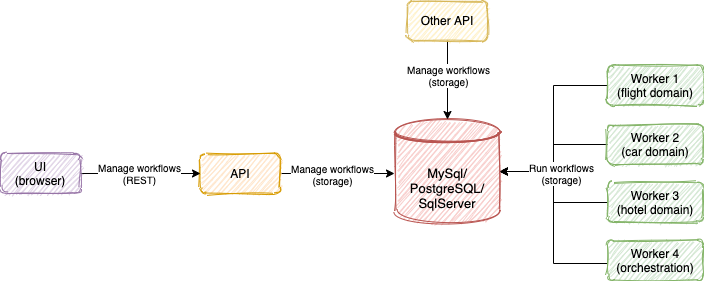
lucaslorentz/durabletask-extensions keeps this draw.io diagram as readme/diagrams/architecture_2.png. Above is the earlier version. Source tidied: cells renumbered, new cells last; positions are measured from the earlier drawing's top-left corner, leaving out a move shared by most shapes. The source it was exported from:
```xml
<mxGraphModel>
  <root>
    <mxCell id="0" />
    <mxCell id="1" parent="0" />
    <mxCell id="2" style="edgeStyle=orthogonalEdgeStyle;rounded=0;jettySize=auto;html=1;" parent="1" edge="1" source="20" target="11">
      <mxGeometry relative="1" as="geometry">
        <Array as="points">
          <mxPoint x="553" y="263" />
          <mxPoint x="553" y="171" />
        </Array>
      </mxGeometry>
    </mxCell>
    <mxCell id="3" style="edgeStyle=elbowEdgeStyle;rounded=0;jettySize=auto;html=1;" parent="1" edge="1" source="19" target="11">
      <mxGeometry relative="1" as="geometry" />
    </mxCell>
    <mxCell id="4" style="edgeStyle=elbowEdgeStyle;rounded=0;jettySize=auto;html=1;" parent="1" edge="1" source="5" target="11">
      <mxGeometry relative="1" as="geometry" />
    </mxCell>
    <mxCell id="5" value="Worker 1&lt;br&gt;(flight domain)" style="rounded=1;whiteSpace=wrap;html=1;fillColor=#d5e8d4;strokeColor=#82b366;sketch=1;" parent="1" vertex="1">
      <mxGeometry x="607" y="65" width="96" height="40" as="geometry" />
    </mxCell>
    <mxCell id="6" style="edgeStyle=orthogonalEdgeStyle;rounded=0;jettySize=auto;html=1;" parent="1" edge="1" source="8">
      <mxGeometry relative="1" as="geometry">
        <mxPoint x="394" y="173" as="targetPoint" />
      </mxGeometry>
    </mxCell>
    <mxCell id="7" value="Manage workflows&lt;br style=&quot;font-size: 10px&quot;&gt;(storage)" style="edgeLabel;html=1;align=center;verticalAlign=middle;fontSize=10;" parent="6" vertex="1">
      <mxGeometry x="0.25" y="-1" relative="1" as="geometry">
        <mxPoint x="-20" y="-1" as="offset" />
      </mxGeometry>
    </mxCell>
    <mxCell id="8" value="API" style="rounded=1;whiteSpace=wrap;html=1;fillColor=#ffe6cc;strokeColor=#d79b00;sketch=1;" parent="1" vertex="1">
      <mxGeometry x="200" y="153" width="80" height="40" as="geometry" />
    </mxCell>
    <mxCell id="9" style="edgeStyle=orthogonalEdgeStyle;rounded=0;jettySize=auto;html=1;entryX=0;entryY=0.5;entryDx=0;entryDy=0;" parent="1" edge="1" source="12" target="8">
      <mxGeometry relative="1" as="geometry" />
    </mxCell>
    <mxCell id="10" value="Manage workflows&lt;br style=&quot;font-size: 10px&quot;&gt;(REST)" style="edgeLabel;html=1;align=center;verticalAlign=middle;fontSize=10;" parent="9" vertex="1">
      <mxGeometry x="-0.04" y="-3" relative="1" as="geometry">
        <mxPoint y="-4" as="offset" />
      </mxGeometry>
    </mxCell>
    <mxCell id="11" value="MySql/&lt;br style=&quot;font-size: 13px;&quot;&gt;PostgreSQL/&lt;br style=&quot;font-size: 13px;&quot;&gt;SqlServer" style="shape=datastore;whiteSpace=wrap;html=1;fontSize=13;sketch=1;fillColor=#f8cecc;strokeColor=#b85450;" parent="1" vertex="1">
      <mxGeometry x="395" y="119" width="104" height="104" as="geometry" />
    </mxCell>
    <mxCell id="12" value="UI&lt;br&gt;(browser)" style="rounded=1;whiteSpace=wrap;html=1;fillColor=#e1d5e7;strokeColor=#9673a6;sketch=1;" parent="1" vertex="1">
      <mxGeometry y="153" width="80" height="40" as="geometry" />
    </mxCell>
    <mxCell id="13" style="edgeStyle=orthogonalEdgeStyle;rounded=0;jettySize=auto;html=1;fontSize=10;" parent="1" edge="1" source="15" target="11">
      <mxGeometry relative="1" as="geometry" />
    </mxCell>
    <mxCell id="14" value="Manage workflows&lt;br&gt;(storage)" style="edgeLabel;html=1;align=center;verticalAlign=middle;fontSize=10;" parent="13" vertex="1">
      <mxGeometry x="0.33" relative="1" as="geometry">
        <mxPoint y="-19" as="offset" />
      </mxGeometry>
    </mxCell>
    <mxCell id="15" value="Other API" style="rounded=1;whiteSpace=wrap;html=1;fillColor=#fff2cc;strokeColor=#d6b656;sketch=1;" parent="1" vertex="1">
      <mxGeometry x="407" width="80" height="40" as="geometry" />
    </mxCell>
    <mxCell id="16" style="edgeStyle=orthogonalEdgeStyle;rounded=0;jettySize=auto;html=1;" parent="1" edge="1" source="18" target="11">
      <mxGeometry relative="1" as="geometry" />
    </mxCell>
    <mxCell id="17" value="Run workflows&lt;br style=&quot;font-size: 10px&quot;&gt;(storage)" style="edgeLabel;html=1;align=center;verticalAlign=middle;fontSize=10;labelBackgroundColor=#ffffff;" parent="16" vertex="1">
      <mxGeometry x="0.06" y="3" relative="1" as="geometry">
        <mxPoint x="4" y="10" as="offset" />
      </mxGeometry>
    </mxCell>
    <mxCell id="18" value="Worker 2&lt;br&gt;(car domain)" style="rounded=1;whiteSpace=wrap;html=1;fillColor=#d5e8d4;strokeColor=#82b366;sketch=1;" parent="1" vertex="1">
      <mxGeometry x="607" y="124" width="96" height="40" as="geometry" />
    </mxCell>
    <mxCell id="19" value="Worker 3&lt;br&gt;(hotel domain)" style="rounded=1;whiteSpace=wrap;html=1;fillColor=#d5e8d4;strokeColor=#82b366;sketch=1;" parent="1" vertex="1">
      <mxGeometry x="607" y="182" width="96" height="40" as="geometry" />
    </mxCell>
    <mxCell id="20" value="Worker 4&lt;br&gt;(orchestration)" style="rounded=1;whiteSpace=wrap;html=1;fillColor=#d5e8d4;strokeColor=#82b366;sketch=1;" parent="1" vertex="1">
      <mxGeometry x="607" y="240" width="96" height="40" as="geometry" />
    </mxCell>
  </root>
</mxGraphModel>
```
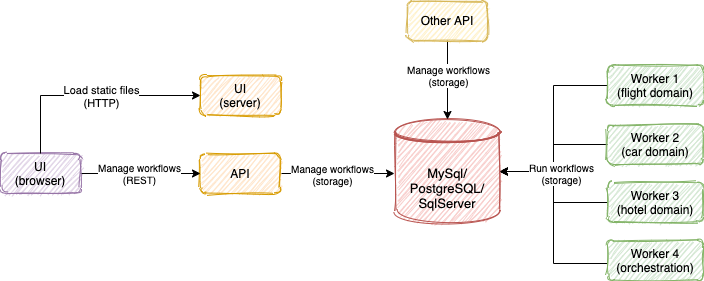
The same file after the commit.

What changed in the source:
```diff
@@ -74,5 +74,20 @@
     <mxCell id="20" value="Worker 4&lt;br&gt;(orchestration)" style="rounded=1;whiteSpace=wrap;html=1;fillColor=#d5e8d4;strokeColor=#82b366;sketch=1;" parent="1" vertex="1">
       <mxGeometry x="607" y="240" width="96" height="40" as="geometry" />
     </mxCell>
+    <mxCell id="21" style="edgeStyle=elbowEdgeStyle;rounded=0;jettySize=auto;html=1;entryX=0;entryY=0.5;entryDx=0;entryDy=0;" parent="1" edge="1" source="12" target="23">
+      <mxGeometry relative="1" as="geometry">
+        <Array as="points">
+          <mxPoint x="40" y="123" />
+        </Array>
+      </mxGeometry>
+    </mxCell>
+    <mxCell id="22" value="Load static files&lt;br&gt;(HTTP)" style="edgeLabel;html=1;align=center;verticalAlign=middle;" parent="21" vertex="1">
+      <mxGeometry x="0.24" y="-2" relative="1" as="geometry">
+        <mxPoint x="-17" y="-2" as="offset" />
+      </mxGeometry>
+    </mxCell>
+    <mxCell id="23" value="UI&lt;br&gt;(server)" style="rounded=1;whiteSpace=wrap;html=1;fillColor=#ffe6cc;strokeColor=#d79b00;sketch=1;" parent="1" vertex="1">
+      <mxGeometry x="200" y="75" width="80" height="40" as="geometry" />
+    </mxCell>
   </root>
 </mxGraphModel>
```
